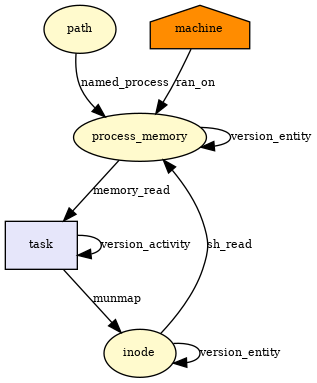
The Graphviz diagram docs/img/mmap_munmap.png in CamFlow/camflow-dev, before a commit. Its source is kept beside it as docs/dot/mmap_munmap.dot.
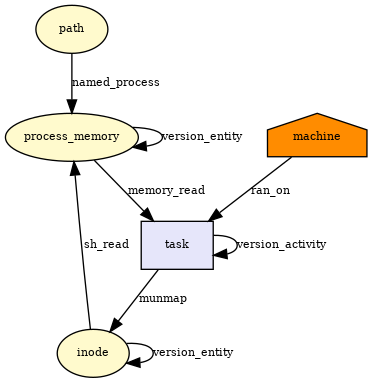
After the commit.

Diff of the diagram source:
```diff
@@ -6,9 +6,9 @@
 
 machine[fontsize = 8,label = machine,shape = house, fillcolor="#ff8c00", style = filled]
 
-machine -> process_memory[fontsize = 8,label = ran_on]
+task[fontsize = 8,label = task,shape = rectangle, fillcolor="#e6e6fa", style = filled]
 
-task[fontsize = 8,label = task,shape = rectangle, fillcolor="#e6e6fa", style = filled]
+machine -> task[fontsize = 8,label = ran_on]
 
 process_memory -> task[fontsize = 8,label = memory_read]
 
```
